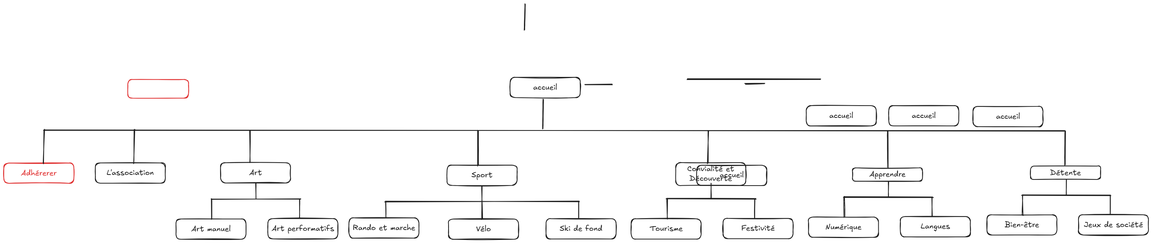
Above: Conception/schéma/arborescence.excalidraw.png in kurogami20/Aile_damien (Excalidraw), before the change. Source tidied: one line per element, renumbered; positions are measured from the earlier drawing's top-left corner, leaving out a move shared by most shapes.
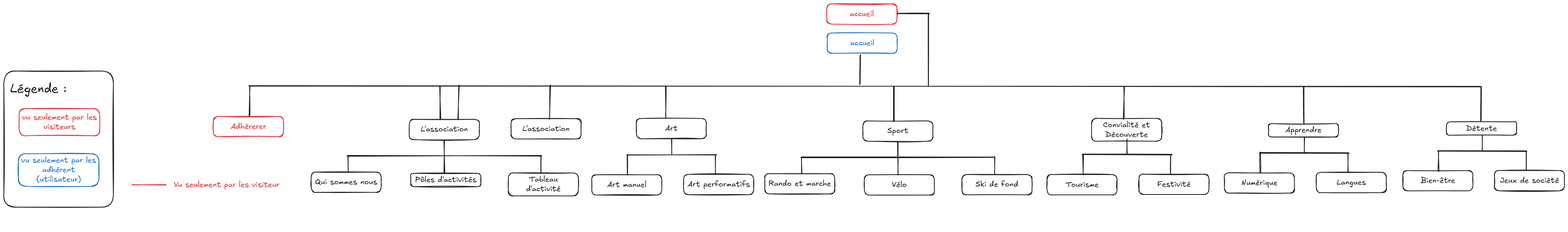
After the change.

Diff of the diagram source:
```diff
@@ -1,23 +1,21 @@
-{"id": 0, "type": "rectangle", "strokeColor": "#1e1e1e", "strokeWidth": 2, "roughness": 1, "round": true, "x": 1323, "y": 0, "width": 183, "height": 53}
-{"id": 1, "type": "text", "text": "accueil", "strokeColor": "#1e1e1e", "strokeWidth": 2, "roughness": 1, "fontSize": 20, "fontFamily": 5, "textAlign": "center", "verticalAlign": "middle", "inside": 0, "x": 1383, "y": 14, "width": 63, "height": 25}
+{"id": 67, "type": "rectangle", "strokeColor": "#1971c2", "strokeWidth": 2, "roughness": 1, "round": true, "x": 1065, "y": 0, "width": 183, "height": 53}
+{"id": 68, "type": "text", "text": "accueil", "strokeColor": "#1971c2", "strokeWidth": 2, "roughness": 1, "fontSize": 20, "fontFamily": 5, "textAlign": "center", "verticalAlign": "middle", "inside": 67, "x": 1125, "y": 14, "width": 63, "height": 25}
-{"id": 2, "type": "line", "strokeColor": "#1e1e1e", "strokeWidth": 2, "roughness": 1, "round": true, "x": 1410, "y": 57, "width": 1, "height": 77, "points": [[0, 0], [-1, 77]]}
+{"id": 2, "type": "line", "strokeColor": "#1e1e1e", "strokeWidth": 2, "roughness": 1, "round": true, "x": 1152, "y": 57, "width": 1, "height": 77, "points": [[0, 0], [-1, 77]]}
-{"id": 3, "type": "line", "strokeColor": "#1e1e1e", "strokeWidth": 2, "roughness": 1, "round": true, "x": 105, "y": 139, "width": 2668, "height": 0, "points": [[0, 0], [2668, 0]]}
+{"id": 3, "type": "line", "strokeColor": "#1e1e1e", "strokeWidth": 2, "roughness": 1, "round": true, "x": -445, "y": 139, "width": 3217, "height": 0, "points": [[0, 0], [3217, 0]]}
-{"id": 4, "type": "rectangle", "strokeColor": "#1e1e1e", "strokeWidth": 2, "roughness": 1, "round": true, "x": 239, "y": 224, "width": 183, "height": 53}
-{"id": 5, "type": "text", "text": "L'association", "strokeColor": "#1e1e1e", "strokeWidth": 2, "roughness": 1, "fontSize": 20, "fontFamily": 5, "textAlign": "center", "verticalAlign": "middle", "inside": 4, "x": 269, "y": 238, "width": 123, "height": 25}
-{"id": 6, "type": "rectangle", "strokeColor": "#e03131", "strokeWidth": 2, "roughness": 1, "round": true, "x": 0, "y": 224, "width": 183, "height": 53}
+{"id": 6, "type": "rectangle", "strokeColor": "#e03131", "strokeWidth": 2, "roughness": 1, "round": true, "x": -539, "y": 218, "width": 183, "height": 53}
-{"id": 7, "type": "text", "text": "Adhérerer", "strokeColor": "#e03131", "strokeWidth": 2, "roughness": 1, "fontSize": 20, "fontFamily": 5, "textAlign": "center", "verticalAlign": "middle", "inside": 6, "x": 45, "y": 238, "width": 93, "height": 25}
+{"id": 7, "type": "text", "text": "Adhérerer", "strokeColor": "#e03131", "strokeWidth": 2, "roughness": 1, "fontSize": 20, "fontFamily": 5, "textAlign": "center", "verticalAlign": "middle", "inside": 6, "x": -494, "y": 232, "width": 93, "height": 25}
-{"id": 8, "type": "rectangle", "strokeColor": "#1e1e1e", "strokeWidth": 2, "roughness": 1, "round": true, "x": 1158, "y": 229, "width": 183, "height": 53}
-{"id": 9, "type": "text", "text": "Sport", "strokeColor": "#1e1e1e", "strokeWidth": 2, "roughness": 1, "fontSize": 20, "fontFamily": 5, "textAlign": "center", "verticalAlign": "middle", "inside": 8, "x": 1222, "y": 243, "width": 55, "height": 25}
-{"id": 10, "type": "line", "strokeColor": "#1e1e1e", "strokeWidth": 2, "roughness": 1, "round": true, "x": 1250, "y": 284, "width": 0, "height": 87, "points": [[0, 0], [0, 87]]}
-{"id": 11, "type": "line", "strokeColor": "#1e1e1e", "strokeWidth": 2, "roughness": 1, "round": true, "x": 997, "y": 325, "width": 506, "height": 0, "points": [[0, 0], [506, 0]]}
-{"id": 12, "type": "rectangle", "strokeColor": "#1e1e1e", "strokeWidth": 2, "roughness": 1, "round": true, "x": 902, "y": 367, "width": 183, "height": 53}
-{"id": 13, "type": "text", "text": "Rando et marche", "strokeColor": "#1e1e1e", "strokeWidth": 2, "roughness": 1, "fontSize": 20, "fontFamily": 5, "textAlign": "center", "verticalAlign": "middle", "inside": 12, "x": 911, "y": 381, "width": 164, "height": 25}
-{"id": 14, "type": "rectangle", "strokeColor": "#1e1e1e", "strokeWidth": 2, "roughness": 1, "round": true, "x": 1162, "y": 370, "width": 183, "height": 53}
-{"id": 15, "type": "text", "text": "Vélo", "strokeColor": "#1e1e1e", "strokeWidth": 2, "roughness": 1, "fontSize": 20, "fontFamily": 5, "textAlign": "center", "verticalAlign": "middle", "inside": 14, "x": 1234, "y": 384, "width": 39, "height": 25}
-{"id": 16, "type": "rectangle", "strokeColor": "#1e1e1e", "strokeWidth": 2, "roughness": 1, "round": true, "x": 1417, "y": 369, "width": 183, "height": 53}
-{"id": 17, "type": "text", "text": "Ski de fond", "strokeColor": "#1e1e1e", "strokeWidth": 2, "roughness": 1, "fontSize": 20, "fontFamily": 5, "textAlign": "center", "verticalAlign": "middle", "inside": 16, "x": 1453, "y": 383, "width": 111, "height": 25}
-{"id": 18, "type": "line", "strokeColor": "#1e1e1e", "strokeWidth": 2, "roughness": 1, "round": true, "x": 998, "y": 325, "width": 0, "height": 41, "points": [[0, 0], [0, 41]]}
-{"id": 19, "type": "line", "strokeColor": "#1e1e1e", "strokeWidth": 2, "roughness": 1, "round": true, "x": 1502, "y": 324, "width": 0, "height": 46, "points": [[0, 0], [0, 46]]}
+{"id": 69, "type": "rectangle", "strokeColor": "#1e1e1e", "strokeWidth": 2, "roughness": 1, "round": true, "x": 1158, "y": 229, "width": 183, "height": 53}
+{"id": 70, "type": "text", "text": "Sport", "strokeColor": "#1e1e1e", "strokeWidth": 2, "roughness": 1, "fontSize": 20, "fontFamily": 5, "textAlign": "center", "verticalAlign": "middle", "inside": 69, "x": 1222, "y": 243, "width": 55, "height": 25}
+{"id": 71, "type": "line", "strokeColor": "#1e1e1e", "strokeWidth": 2, "roughness": 1, "round": true, "x": 1250, "y": 284, "width": 0, "height": 87, "points": [[0, 0], [0, 87]]}
+{"id": 72, "type": "line", "strokeColor": "#1e1e1e", "strokeWidth": 2, "roughness": 1, "round": true, "x": 997, "y": 325, "width": 506, "height": 0, "points": [[0, 0], [506, 0]]}
+{"id": 73, "type": "rectangle", "strokeColor": "#1e1e1e", "strokeWidth": 2, "roughness": 1, "round": true, "x": 902, "y": 367, "width": 183, "height": 53}
+{"id": 74, "type": "text", "text": "Rando et marche", "strokeColor": "#1e1e1e", "strokeWidth": 2, "roughness": 1, "fontSize": 20, "fontFamily": 5, "textAlign": "center", "verticalAlign": "middle", "inside": 73, "x": 911, "y": 381, "width": 164, "height": 25}
+{"id": 75, "type": "rectangle", "strokeColor": "#1e1e1e", "strokeWidth": 2, "roughness": 1, "round": true, "x": 1162, "y": 370, "width": 183, "height": 53}
+{"id": 76, "type": "text", "text": "Vélo", "strokeColor": "#1e1e1e", "strokeWidth": 2, "roughness": 1, "fontSize": 20, "fontFamily": 5, "textAlign": "center", "verticalAlign": "middle", "inside": 75, "x": 1234, "y": 384, "width": 39, "height": 25}
+{"id": 77, "type": "rectangle", "strokeColor": "#1e1e1e", "strokeWidth": 2, "roughness": 1, "round": true, "x": 1417, "y": 369, "width": 183, "height": 53}
+{"id": 78, "type": "text", "text": "Ski de fond", "strokeColor": "#1e1e1e", "strokeWidth": 2, "roughness": 1, "fontSize": 20, "fontFamily": 5, "textAlign": "center", "verticalAlign": "middle", "inside": 77, "x": 1453, "y": 383, "width": 111, "height": 25}
+{"id": 79, "type": "line", "strokeColor": "#1e1e1e", "strokeWidth": 2, "roughness": 1, "round": true, "x": 998, "y": 325, "width": 0, "height": 41, "points": [[0, 0], [0, 41]]}
+{"id": 80, "type": "line", "strokeColor": "#1e1e1e", "strokeWidth": 2, "roughness": 1, "round": true, "x": 1502, "y": 324, "width": 0, "height": 46, "points": [[0, 0], [0, 46]]}
 {"id": 20, "type": "rectangle", "strokeColor": "#1e1e1e", "strokeWidth": 2, "roughness": 1, "round": true, "x": 566, "y": 223, "width": 183, "height": 53}
 {"id": 21, "type": "text", "text": "Art", "strokeColor": "#1e1e1e", "strokeWidth": 2, "roughness": 1, "fontSize": 20, "fontFamily": 5, "textAlign": "center", "verticalAlign": "middle", "inside": 20, "x": 641, "y": 237, "width": 33, "height": 25}
 {"id": 22, "type": "line", "strokeColor": "#1e1e1e", "strokeWidth": 2, "roughness": 1, "round": true, "x": 659, "y": 278, "width": 0, "height": 39, "points": [[0, 0], [0, 39]]}
@@ -58,10 +56,32 @@
 {"id": 57, "type": "text", "text": "Jeux de société", "strokeColor": "#1e1e1e", "strokeWidth": 2, "roughness": 1, "fontSize": 20, "fontFamily": 5, "textAlign": "center", "verticalAlign": "middle", "inside": 56, "x": 2822, "y": 373, "width": 155, "height": 25}
 {"id": 58, "type": "line", "strokeColor": "#1e1e1e", "strokeWidth": 2, "roughness": 1, "round": true, "x": 2891, "y": 309, "width": 0, "height": 49, "points": [[0, 0], [0, 49]]}
 {"id": 59, "type": "line", "strokeColor": "#1e1e1e", "strokeWidth": 2, "roughness": 1, "round": true, "x": 2661, "y": 308, "width": 0, "height": 52, "points": [[0, 0], [0, 52]]}
-{"id": 60, "type": "line", "strokeColor": "#1e1e1e", "strokeWidth": 2, "roughness": 1, "round": true, "x": 106, "y": 138, "width": 2, "height": 87, "points": [[0, 0], [-2, 87]]}
-{"id": 61, "type": "line", "strokeColor": "#1e1e1e", "strokeWidth": 2, "roughness": 1, "round": true, "x": 341, "y": 137, "width": 2, "height": 88, "points": [[0, 0], [-2, 88]]}
 {"id": 62, "type": "line", "strokeColor": "#1e1e1e", "strokeWidth": 2, "roughness": 1, "round": true, "x": 643, "y": 138, "width": 0, "height": 83, "points": [[0, 0], [0, 83]]}
 {"id": 63, "type": "line", "strokeColor": "#1e1e1e", "strokeWidth": 2, "roughness": 1, "round": true, "x": 1239, "y": 140, "width": 0, "height": 92, "points": [[0, 0], [0, 92]]}
 {"id": 64, "type": "line", "strokeColor": "#1e1e1e", "strokeWidth": 2, "roughness": 1, "round": true, "x": 1841, "y": 140, "width": 2, "height": 85, "points": [[0, 0], [-2, 85]]}
 {"id": 65, "type": "line", "strokeColor": "#1e1e1e", "strokeWidth": 2, "roughness": 1, "round": true, "x": 2310, "y": 139, "width": 0, "height": 98, "points": [[0, 0], [0, 98]]}
 {"id": 66, "type": "line", "strokeColor": "#1e1e1e", "strokeWidth": 2, "roughness": 1, "round": true, "x": 2774, "y": 140, "width": 0, "height": 88, "points": [[0, 0], [0, 88]]}
+{"id": 0, "type": "rectangle", "strokeColor": "#e03131", "strokeWidth": 2, "roughness": 1, "round": true, "x": 1064, "y": -76, "width": 183, "height": 53}
+{"id": 1, "type": "text", "text": "accueil", "strokeColor": "#e03131", "strokeWidth": 2, "roughness": 1, "fontSize": 20, "fontFamily": 5, "textAlign": "center", "verticalAlign": "middle", "inside": 0, "x": 1124, "y": -62, "width": 63, "height": 25}
+{"id": 81, "type": "line", "strokeColor": "#1e1e1e", "strokeWidth": 2, "roughness": 1, "round": true, "x": 1248, "y": -51, "width": 82, "height": 1, "points": [[0, 0], [82, -1]]}
+{"id": 82, "type": "line", "strokeColor": "#1e1e1e", "strokeWidth": 2, "roughness": 1, "round": true, "x": 1329, "y": -52, "width": 0, "height": 190, "points": [[0, 0], [0, 190]]}
+{"id": 83, "type": "rectangle", "strokeColor": "#e03131", "strokeWidth": 2, "roughness": 1, "round": true, "x": -1046, "y": 197, "width": 210, "height": 71}
+{"id": 84, "type": "text", "text": "vu seulement par les\nvisiteurs", "strokeColor": "#e03131", "strokeWidth": 2, "roughness": 1, "fontSize": 20, "fontFamily": 5, "textAlign": "center", "verticalAlign": "middle", "inside": 83, "x": -1038, "y": 208, "width": 195, "height": 50}
+{"id": 85, "type": "text", "text": "Légende :", "strokeColor": "#1e1e1e", "strokeWidth": 2, "roughness": 1, "fontSize": 32.59, "fontFamily": 5, "x": -1069, "y": 126, "width": 147, "height": 41}
+{"id": 86, "type": "rectangle", "strokeColor": "#1e1e1e", "strokeWidth": 2, "roughness": 1, "round": true, "x": -1086, "y": 99, "width": 286, "height": 356}
+{"id": 87, "type": "rectangle", "strokeColor": "#1971c2", "strokeWidth": 2, "roughness": 1, "round": true, "x": -1048, "y": 315, "width": 210, "height": 85}
+{"id": 88, "type": "text", "text": "vu seulement par les\nadhérent\n(utilisateur)", "strokeColor": "#1971c2", "strokeWidth": 2, "roughness": 1, "fontSize": 20, "fontFamily": 5, "textAlign": "center", "verticalAlign": "middle", "inside": 87, "x": -1040, "y": 320, "width": 195, "height": 75}
+{"id": 8, "type": "rectangle", "strokeColor": "#1e1e1e", "strokeWidth": 2, "roughness": 1, "round": true, "x": -27, "y": 226, "width": 183, "height": 53}
+{"id": 9, "type": "text", "text": "L'association", "strokeColor": "#1e1e1e", "strokeWidth": 2, "roughness": 1, "fontSize": 20, "fontFamily": 5, "textAlign": "center", "verticalAlign": "middle", "inside": 8, "x": 3, "y": 240, "width": 123, "height": 25}
+{"id": 10, "type": "line", "strokeColor": "#1e1e1e", "strokeWidth": 2, "roughness": 1, "round": true, "x": 65, "y": 280, "width": 0, "height": 87, "points": [[0, 0], [0, 87]]}
+{"id": 11, "type": "line", "strokeColor": "#1e1e1e", "strokeWidth": 2, "roughness": 1, "round": true, "x": -188, "y": 321, "width": 506, "height": 0, "points": [[0, 0], [506, 0]]}
+{"id": 12, "type": "rectangle", "strokeColor": "#1e1e1e", "strokeWidth": 2, "roughness": 1, "round": true, "x": -283, "y": 363, "width": 183, "height": 53}
+{"id": 13, "type": "text", "text": "Qui sommes nous", "strokeColor": "#1e1e1e", "strokeWidth": 2, "roughness": 1, "fontSize": 20, "fontFamily": 5, "textAlign": "center", "verticalAlign": "middle", "inside": 12, "x": -273, "y": 377, "width": 163, "height": 25}
+{"id": 14, "type": "rectangle", "strokeColor": "#1e1e1e", "strokeWidth": 2, "roughness": 1, "round": true, "x": -23, "y": 366, "width": 183, "height": 35}
+{"id": 15, "type": "text", "text": "Pôles d'activités", "strokeColor": "#1e1e1e", "strokeWidth": 2, "roughness": 1, "fontSize": 20, "fontFamily": 5, "textAlign": "center", "verticalAlign": "middle", "inside": 14, "x": -12, "y": 371, "width": 161, "height": 25}
+{"id": 16, "type": "rectangle", "strokeColor": "#1e1e1e", "strokeWidth": 2, "roughness": 1, "round": true, "x": 232, "y": 365, "width": 183, "height": 60}
+{"id": 17, "type": "text", "text": "Tableau\nd'activité", "strokeColor": "#1e1e1e", "strokeWidth": 2, "roughness": 1, "fontSize": 20, "fontFamily": 5, "textAlign": "center", "verticalAlign": "middle", "inside": 16, "x": 278, "y": 370, "width": 90, "height": 50}
+{"id": 18, "type": "line", "strokeColor": "#1e1e1e", "strokeWidth": 2, "roughness": 1, "round": true, "x": -187, "y": 321, "width": 0, "height": 41, "points": [[0, 0], [0, 41]]}
+{"id": 19, "type": "line", "strokeColor": "#1e1e1e", "strokeWidth": 2, "roughness": 1, "round": true, "x": 317, "y": 320, "width": 0, "height": 46, "points": [[0, 0], [0, 46]]}
+{"id": 89, "type": "line", "strokeColor": "#1e1e1e", "strokeWidth": 2, "roughness": 1, "round": true, "x": -444, "y": 138, "width": 0, "height": 79, "points": [[0, 0], [0, 79]]}
+{"id": 90, "type": "line", "strokeColor": "#1e1e1e", "strokeWidth": 2, "roughness": 1, "round": true, "x": 54, "y": 139, "width": 0, "height": 86, "points": [[0, 0], [0, 86]]}
```
